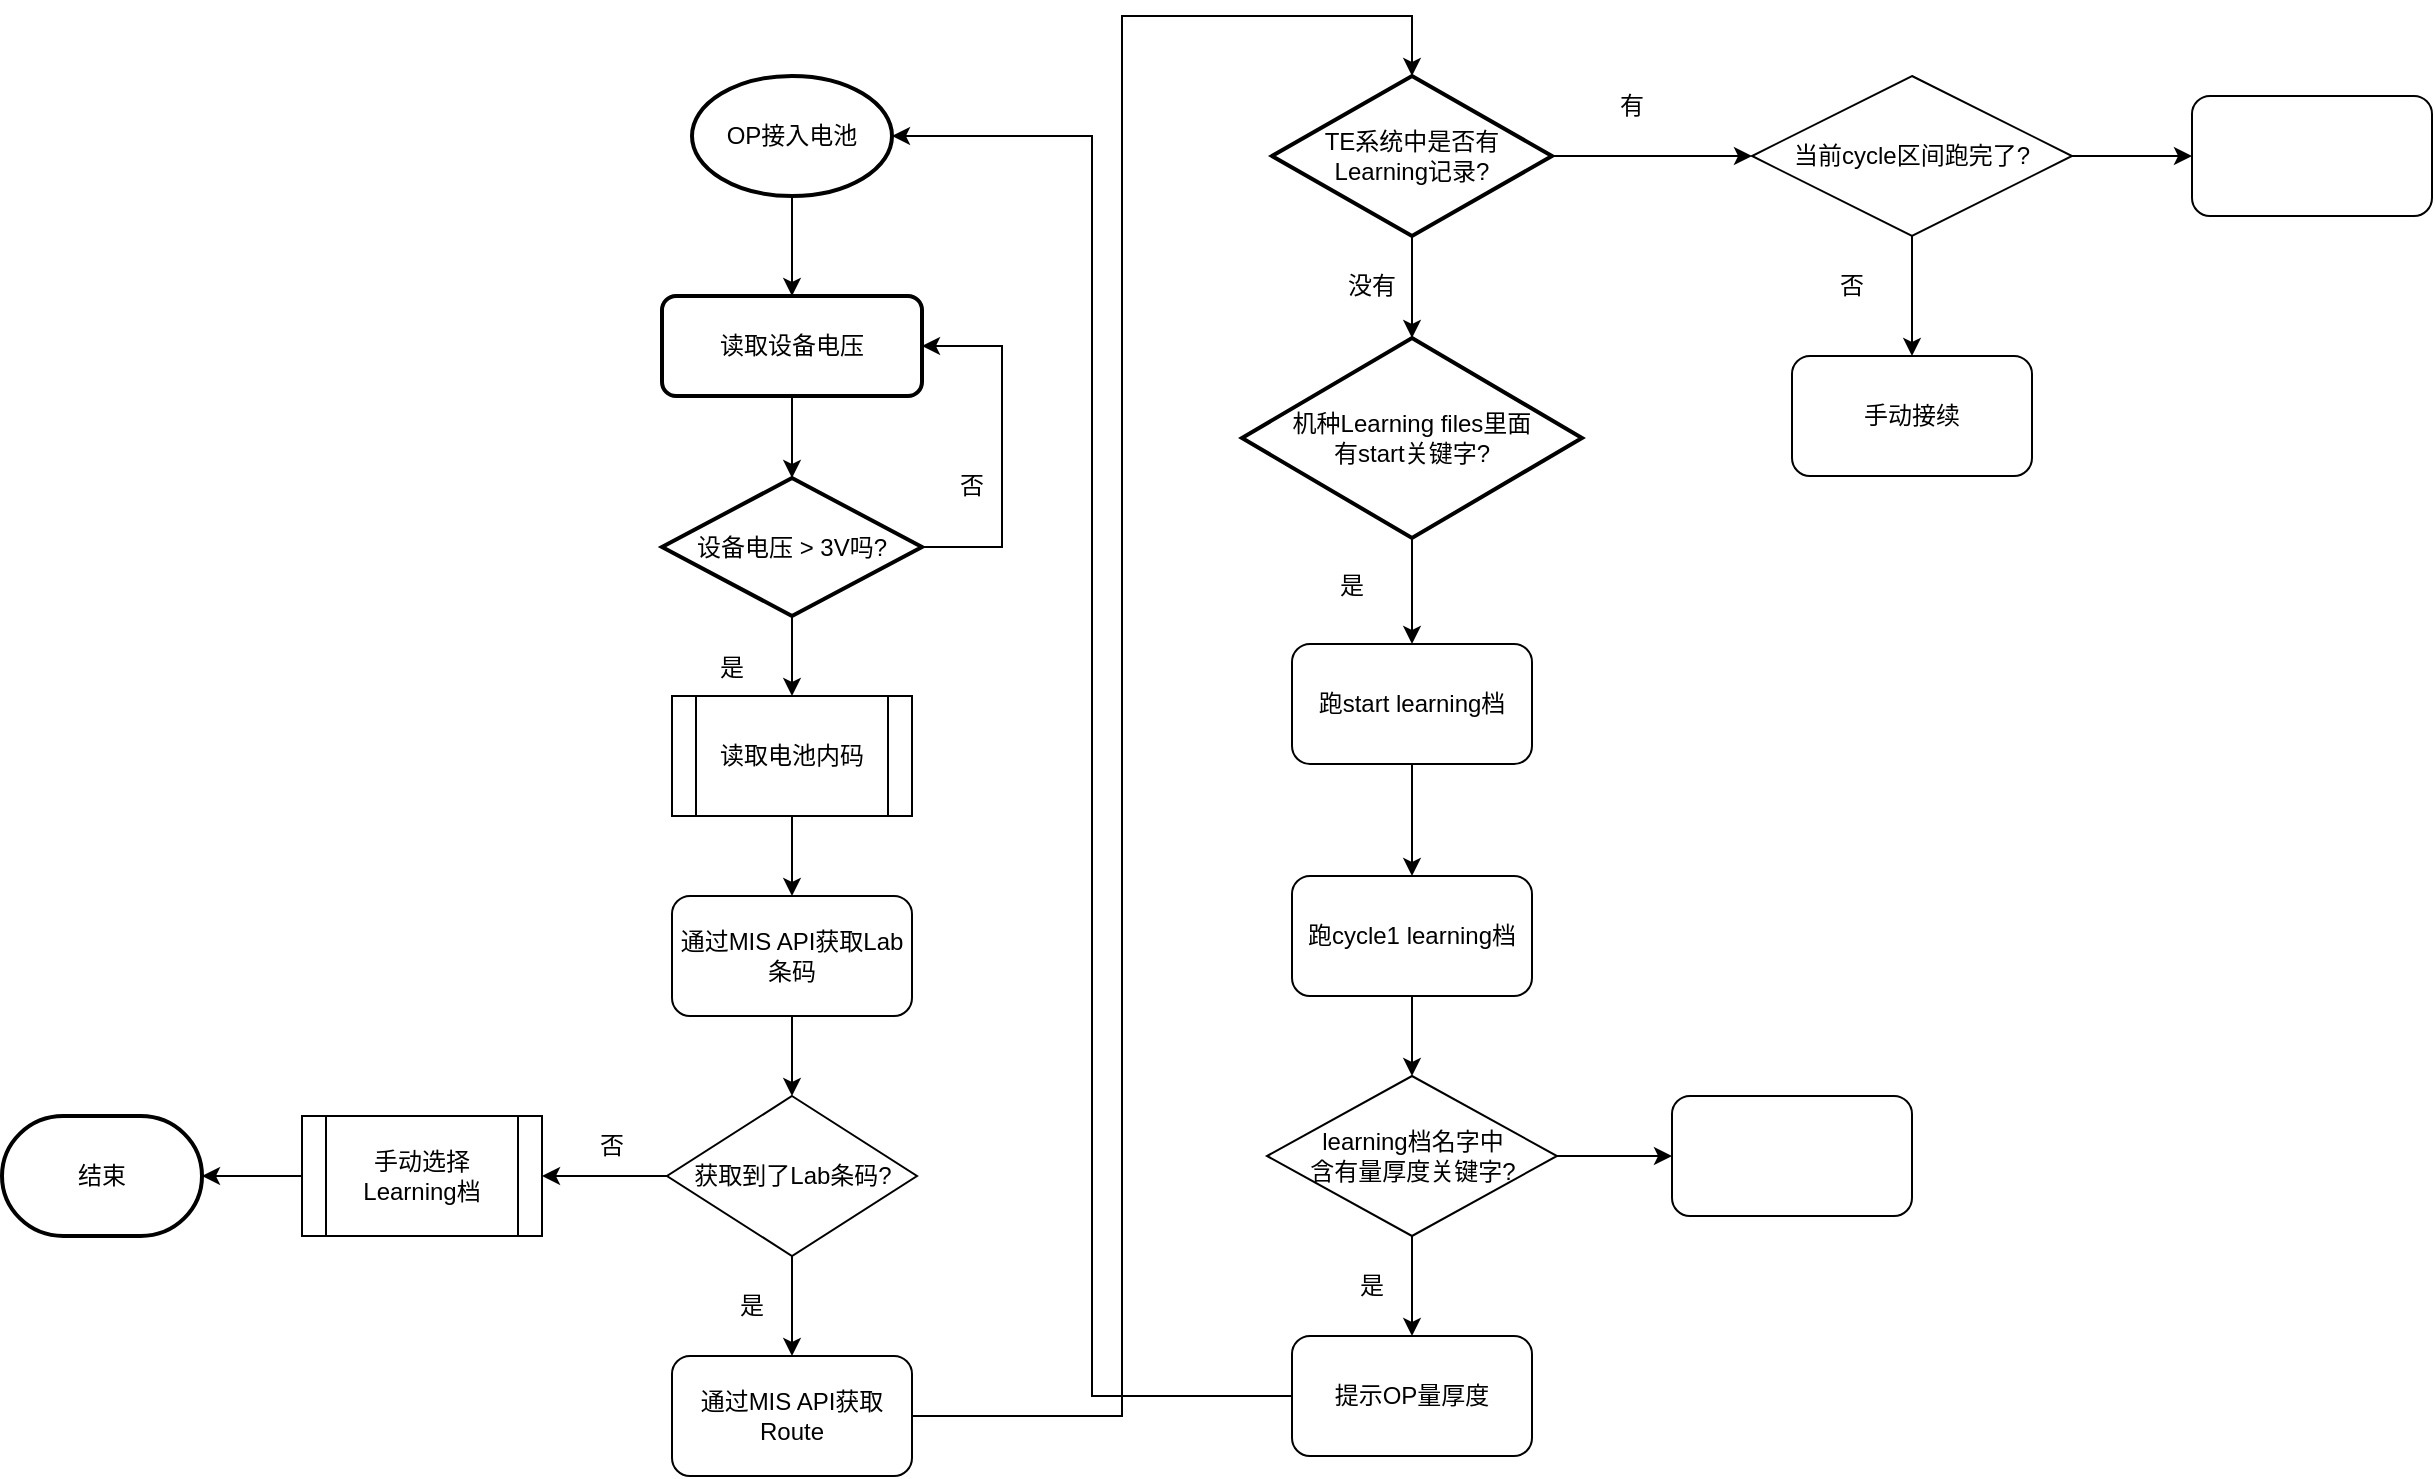
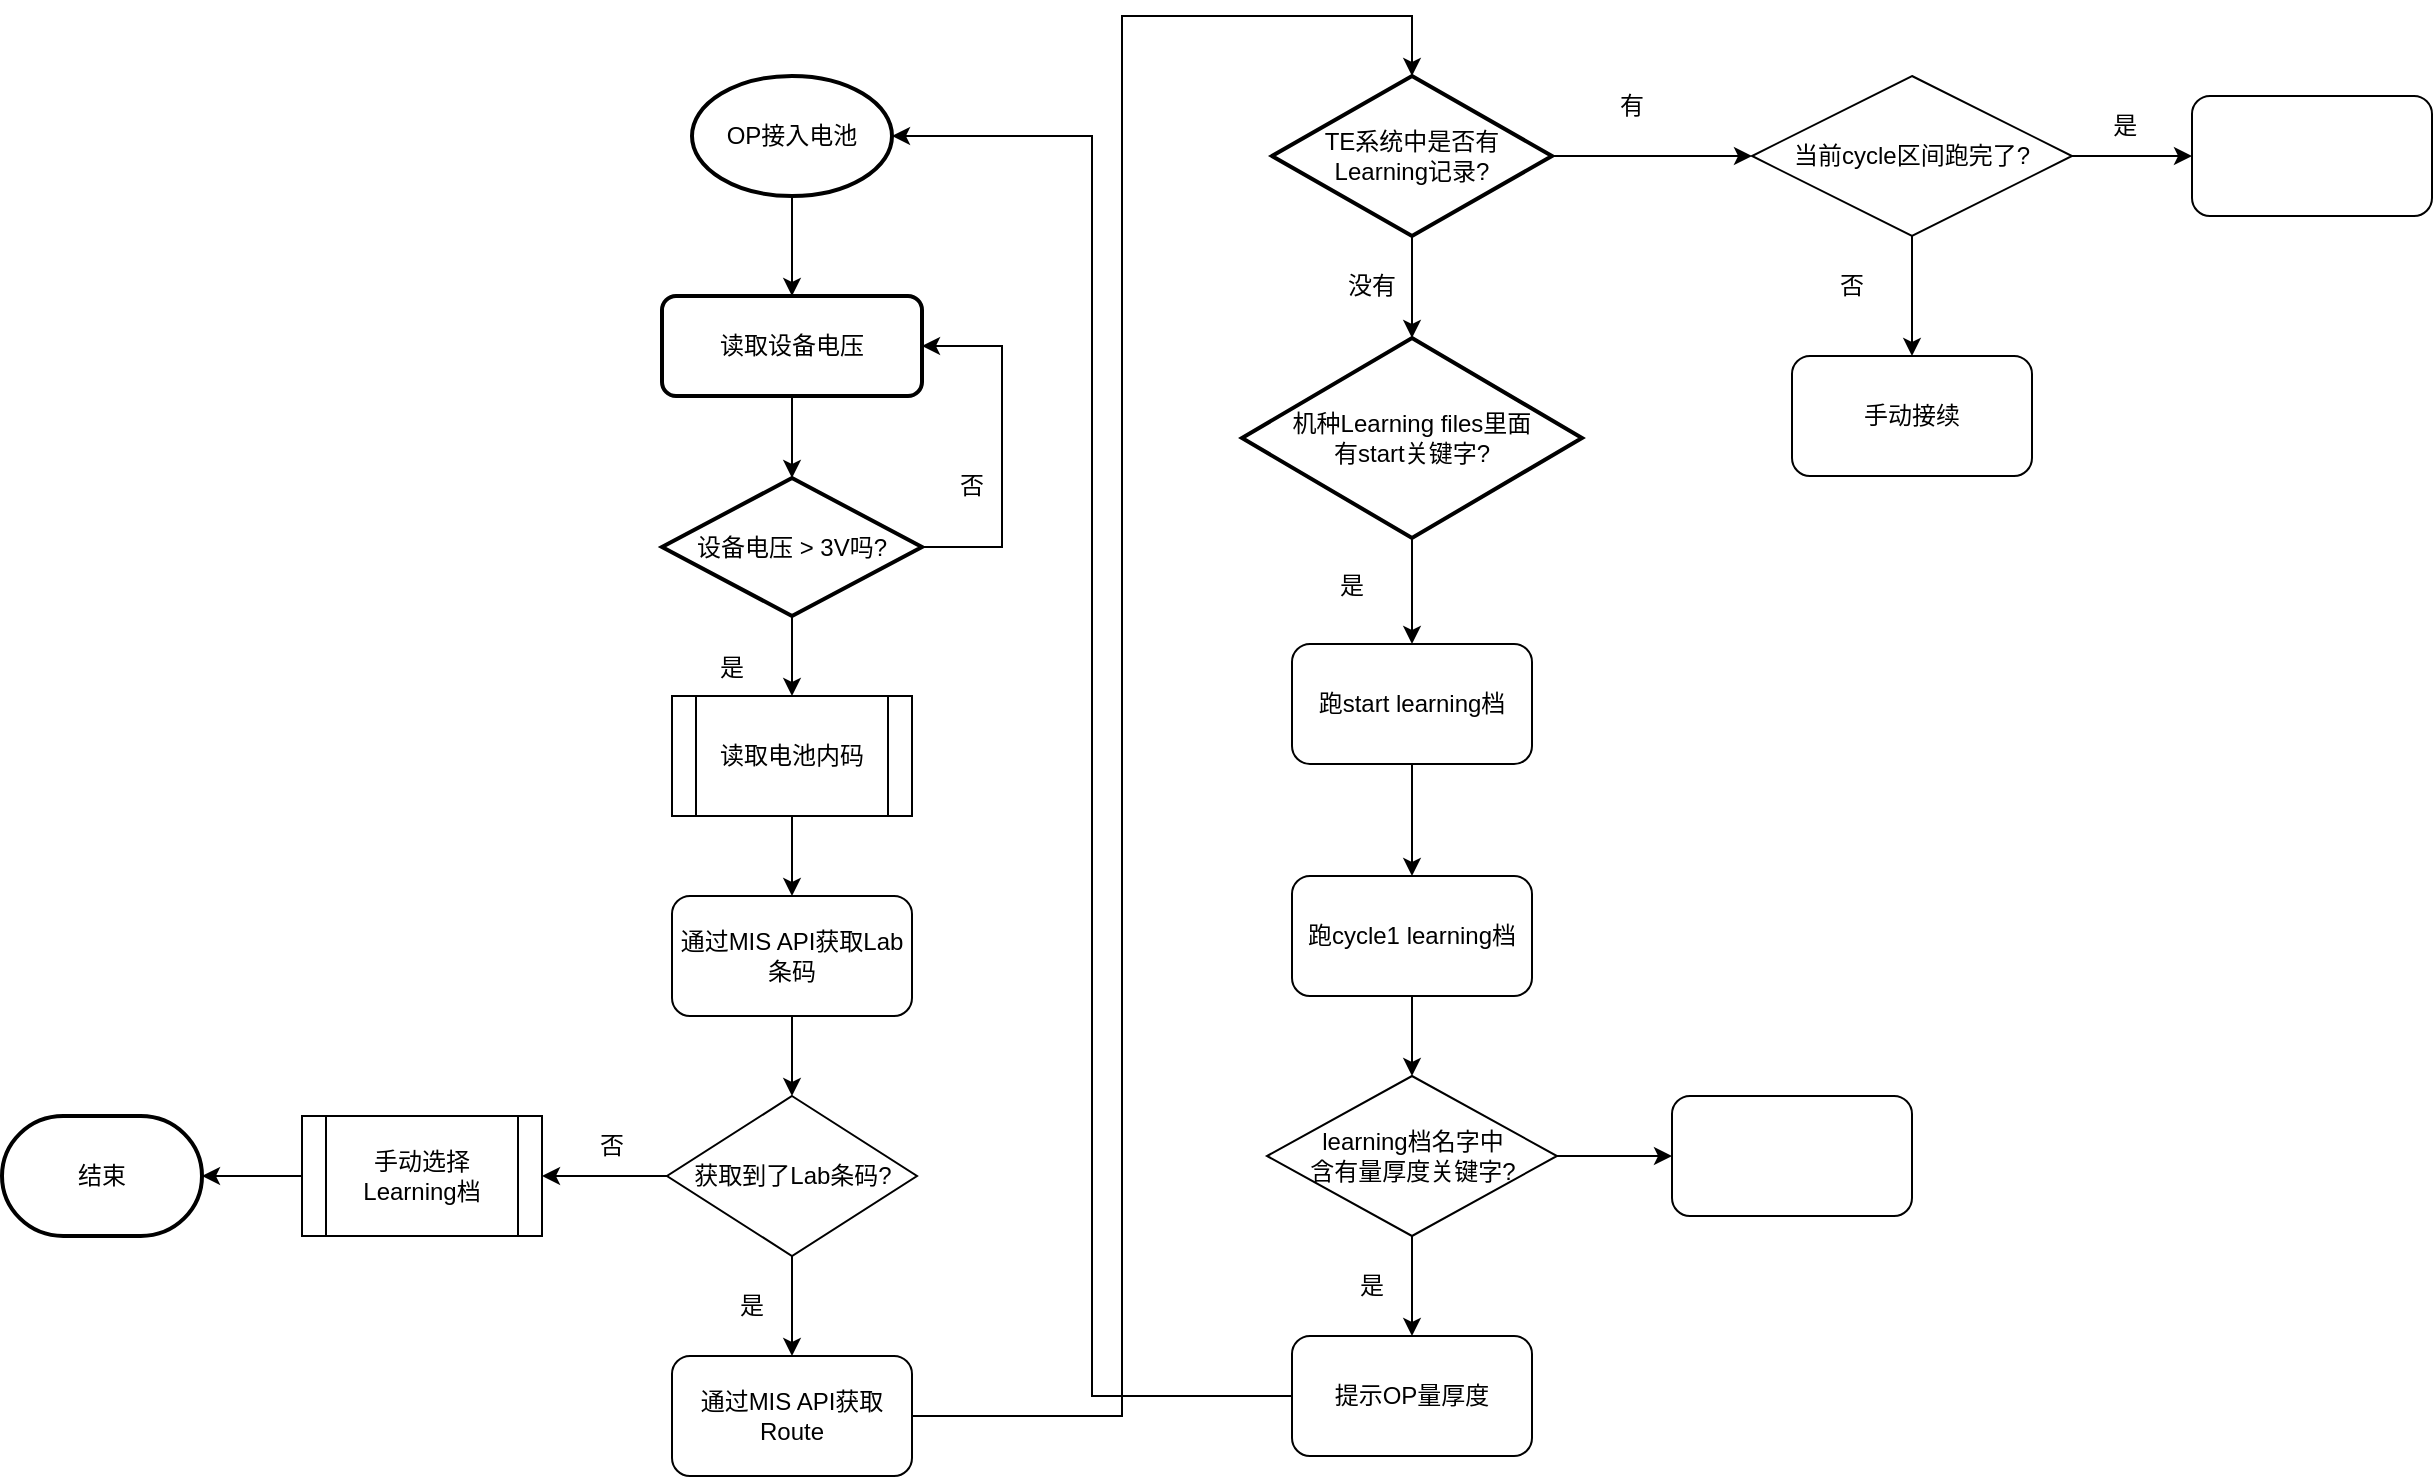
<mxfile host="app.diagrams.net">
  <diagram name="第 1 页" id="3HldnIOuQtLrwHUO-1mN">
    <mxGraphModel dx="1623" dy="813" grid="1" gridSize="10" guides="1" tooltips="1" connect="1" arrows="1" fold="1" page="1" pageScale="1" pageWidth="1169" pageHeight="827" math="0" shadow="0">
      <root>
        <mxCell id="0" />
        <mxCell id="1" parent="0" />
        <mxCell id="qRa3hty1LtdxE0hFs_0w-8" edge="1" parent="1" source="qRa3hty1LtdxE0hFs_0w-4" style="edgeStyle=orthogonalEdgeStyle;rounded=0;orthogonalLoop=1;jettySize=auto;html=1;" target="qRa3hty1LtdxE0hFs_0w-6" value="">
          <mxGeometry relative="1" as="geometry" />
        </mxCell>
        <mxCell id="qRa3hty1LtdxE0hFs_0w-4" parent="1" style="strokeWidth=2;html=1;shape=mxgraph.flowchart.start_1;whiteSpace=wrap;" value="OP接入电池" vertex="1">
          <mxGeometry height="60" width="100" x="385" y="50" as="geometry" />
        </mxCell>
        <mxCell id="qRa3hty1LtdxE0hFs_0w-9" edge="1" parent="1" source="qRa3hty1LtdxE0hFs_0w-6" style="edgeStyle=orthogonalEdgeStyle;rounded=0;orthogonalLoop=1;jettySize=auto;html=1;" target="qRa3hty1LtdxE0hFs_0w-7" value="">
          <mxGeometry relative="1" as="geometry" />
        </mxCell>
        <mxCell id="qRa3hty1LtdxE0hFs_0w-6" parent="1" style="rounded=1;whiteSpace=wrap;html=1;absoluteArcSize=1;arcSize=14;strokeWidth=2;" value="读取设备电压" vertex="1">
          <mxGeometry height="50" width="130" x="370" y="160" as="geometry" />
        </mxCell>
        <mxCell id="qRa3hty1LtdxE0hFs_0w-14" edge="1" parent="1" source="qRa3hty1LtdxE0hFs_0w-7" style="edgeStyle=orthogonalEdgeStyle;rounded=0;orthogonalLoop=1;jettySize=auto;html=1;" target="qRa3hty1LtdxE0hFs_0w-13" value="">
          <mxGeometry relative="1" as="geometry" />
        </mxCell>
        <mxCell id="qRa3hty1LtdxE0hFs_0w-25" edge="1" parent="1" source="qRa3hty1LtdxE0hFs_0w-7" style="edgeStyle=orthogonalEdgeStyle;rounded=0;orthogonalLoop=1;jettySize=auto;html=1;entryX=1;entryY=0.5;entryDx=0;entryDy=0;" target="qRa3hty1LtdxE0hFs_0w-6">
          <mxGeometry relative="1" as="geometry">
            <Array as="points">
              <mxPoint x="540" y="286" />
              <mxPoint x="540" y="185" />
            </Array>
            <mxPoint x="580" y="180" as="targetPoint" />
          </mxGeometry>
        </mxCell>
        <mxCell id="qRa3hty1LtdxE0hFs_0w-7" parent="1" style="strokeWidth=2;html=1;shape=mxgraph.flowchart.decision;whiteSpace=wrap;" value="设备电压 &amp;gt; 3V吗?" vertex="1">
          <mxGeometry height="69" width="130" x="370" y="251" as="geometry" />
        </mxCell>
        <mxCell id="qRa3hty1LtdxE0hFs_0w-11" parent="1" style="text;html=1;whiteSpace=wrap;strokeColor=none;fillColor=none;align=center;verticalAlign=middle;rounded=0;" value="&lt;div&gt;否&lt;/div&gt;" vertex="1">
          <mxGeometry height="30" width="60" x="495" y="240" as="geometry" />
        </mxCell>
        <mxCell id="qRa3hty1LtdxE0hFs_0w-12" parent="1" style="text;html=1;whiteSpace=wrap;strokeColor=none;fillColor=none;align=center;verticalAlign=middle;rounded=0;" value="&lt;div&gt;是&lt;/div&gt;" vertex="1">
          <mxGeometry height="30" width="60" x="375" y="331" as="geometry" />
        </mxCell>
        <mxCell id="qRa3hty1LtdxE0hFs_0w-16" edge="1" parent="1" source="qRa3hty1LtdxE0hFs_0w-13" style="edgeStyle=orthogonalEdgeStyle;rounded=0;orthogonalLoop=1;jettySize=auto;html=1;" target="qRa3hty1LtdxE0hFs_0w-15" value="">
          <mxGeometry relative="1" as="geometry" />
        </mxCell>
        <mxCell id="qRa3hty1LtdxE0hFs_0w-13" parent="1" style="shape=process;whiteSpace=wrap;html=1;backgroundOutline=1;" value="读取电池内码" vertex="1">
          <mxGeometry height="60" width="120" x="375" y="360" as="geometry" />
        </mxCell>
        <mxCell id="qRa3hty1LtdxE0hFs_0w-20" edge="1" parent="1" source="qRa3hty1LtdxE0hFs_0w-15" style="edgeStyle=orthogonalEdgeStyle;rounded=0;orthogonalLoop=1;jettySize=auto;html=1;" target="qRa3hty1LtdxE0hFs_0w-19" value="">
          <mxGeometry relative="1" as="geometry" />
        </mxCell>
        <mxCell id="qRa3hty1LtdxE0hFs_0w-15" parent="1" style="rounded=1;whiteSpace=wrap;html=1;" value="通过MIS API获取Lab条码" vertex="1">
          <mxGeometry height="60" width="120" x="375" y="460" as="geometry" />
        </mxCell>
        <mxCell id="qRa3hty1LtdxE0hFs_0w-31" edge="1" parent="1" source="qRa3hty1LtdxE0hFs_0w-17" style="edgeStyle=orthogonalEdgeStyle;rounded=0;orthogonalLoop=1;jettySize=auto;html=1;entryX=0.5;entryY=0;entryDx=0;entryDy=0;entryPerimeter=0;" target="qRa3hty1LtdxE0hFs_0w-30" value="">
          <mxGeometry relative="1" as="geometry">
            <Array as="points">
              <mxPoint x="600" y="720" />
              <mxPoint x="600" y="20" />
              <mxPoint x="745" y="20" />
            </Array>
          </mxGeometry>
        </mxCell>
        <mxCell id="qRa3hty1LtdxE0hFs_0w-17" parent="1" style="rounded=1;whiteSpace=wrap;html=1;" value="通过MIS API获取Route" vertex="1">
          <mxGeometry height="60" width="120" x="375" y="690" as="geometry" />
        </mxCell>
        <mxCell id="qRa3hty1LtdxE0hFs_0w-21" edge="1" parent="1" source="qRa3hty1LtdxE0hFs_0w-19" style="edgeStyle=orthogonalEdgeStyle;rounded=0;orthogonalLoop=1;jettySize=auto;html=1;" target="qRa3hty1LtdxE0hFs_0w-17" value="">
          <mxGeometry relative="1" as="geometry" />
        </mxCell>
        <mxCell id="qRa3hty1LtdxE0hFs_0w-27" edge="1" parent="1" source="qRa3hty1LtdxE0hFs_0w-19" style="edgeStyle=orthogonalEdgeStyle;rounded=0;orthogonalLoop=1;jettySize=auto;html=1;" target="qRa3hty1LtdxE0hFs_0w-26" value="">
          <mxGeometry relative="1" as="geometry" />
        </mxCell>
        <mxCell id="qRa3hty1LtdxE0hFs_0w-19" parent="1" style="rhombus;whiteSpace=wrap;html=1;" value="获取到了Lab条码?" vertex="1">
          <mxGeometry height="80" width="125" x="372.5" y="560" as="geometry" />
        </mxCell>
        <mxCell id="qRa3hty1LtdxE0hFs_0w-22" parent="1" style="text;html=1;whiteSpace=wrap;strokeColor=none;fillColor=none;align=center;verticalAlign=middle;rounded=0;" value="是" vertex="1">
          <mxGeometry height="30" width="60" x="385" y="650" as="geometry" />
        </mxCell>
        <mxCell id="qRa3hty1LtdxE0hFs_0w-29" edge="1" parent="1" source="qRa3hty1LtdxE0hFs_0w-26" style="edgeStyle=orthogonalEdgeStyle;rounded=0;orthogonalLoop=1;jettySize=auto;html=1;" target="qRa3hty1LtdxE0hFs_0w-28" value="">
          <mxGeometry relative="1" as="geometry" />
        </mxCell>
        <mxCell id="qRa3hty1LtdxE0hFs_0w-26" parent="1" style="shape=process;whiteSpace=wrap;html=1;backgroundOutline=1;" value="手动选择Learning档" vertex="1">
          <mxGeometry height="60" width="120" x="190" y="570" as="geometry" />
        </mxCell>
        <mxCell id="qRa3hty1LtdxE0hFs_0w-28" parent="1" style="strokeWidth=2;html=1;shape=mxgraph.flowchart.terminator;whiteSpace=wrap;" value="结束" vertex="1">
          <mxGeometry height="60" width="100" x="40" y="570" as="geometry" />
        </mxCell>
        <mxCell id="qRa3hty1LtdxE0hFs_0w-34" edge="1" parent="1" source="qRa3hty1LtdxE0hFs_0w-30" style="edgeStyle=orthogonalEdgeStyle;rounded=0;orthogonalLoop=1;jettySize=auto;html=1;" target="qRa3hty1LtdxE0hFs_0w-33" value="">
          <mxGeometry relative="1" as="geometry" />
        </mxCell>
        <mxCell id="qRa3hty1LtdxE0hFs_0w-38" edge="1" parent="1" source="qRa3hty1LtdxE0hFs_0w-30" style="edgeStyle=orthogonalEdgeStyle;rounded=0;orthogonalLoop=1;jettySize=auto;html=1;" target="qRa3hty1LtdxE0hFs_0w-37" value="">
          <mxGeometry relative="1" as="geometry" />
        </mxCell>
        <mxCell id="qRa3hty1LtdxE0hFs_0w-30" parent="1" style="strokeWidth=2;html=1;shape=mxgraph.flowchart.decision;whiteSpace=wrap;" value="&lt;div&gt;TE系统中是否有&lt;/div&gt;&lt;div&gt;Learning记录?&lt;/div&gt;" vertex="1">
          <mxGeometry height="80" width="140" x="675" y="50" as="geometry" />
        </mxCell>
        <mxCell id="qRa3hty1LtdxE0hFs_0w-45" edge="1" parent="1" source="qRa3hty1LtdxE0hFs_0w-33" style="edgeStyle=orthogonalEdgeStyle;rounded=0;orthogonalLoop=1;jettySize=auto;html=1;" target="qRa3hty1LtdxE0hFs_0w-44" value="">
          <mxGeometry relative="1" as="geometry" />
        </mxCell>
        <mxCell id="qRa3hty1LtdxE0hFs_0w-33" parent="1" style="strokeWidth=2;html=1;shape=mxgraph.flowchart.decision;whiteSpace=wrap;" value="&lt;div&gt;机种Learning files里面&lt;/div&gt;&lt;div&gt;有start关键字?&lt;/div&gt;" vertex="1">
          <mxGeometry height="100" width="170" x="660" y="181" as="geometry" />
        </mxCell>
        <mxCell id="qRa3hty1LtdxE0hFs_0w-35" parent="1" style="text;html=1;whiteSpace=wrap;strokeColor=none;fillColor=none;align=center;verticalAlign=middle;rounded=0;" value="没有" vertex="1">
          <mxGeometry height="30" width="60" x="695" y="140" as="geometry" />
        </mxCell>
        <mxCell id="qRa3hty1LtdxE0hFs_0w-36" parent="1" style="text;html=1;whiteSpace=wrap;strokeColor=none;fillColor=none;align=center;verticalAlign=middle;rounded=0;" value="有" vertex="1">
          <mxGeometry height="30" width="60" x="825" y="50" as="geometry" />
        </mxCell>
        <mxCell id="qRa3hty1LtdxE0hFs_0w-40" edge="1" parent="1" source="qRa3hty1LtdxE0hFs_0w-37" style="edgeStyle=orthogonalEdgeStyle;rounded=0;orthogonalLoop=1;jettySize=auto;html=1;" target="qRa3hty1LtdxE0hFs_0w-39" value="">
          <mxGeometry relative="1" as="geometry" />
        </mxCell>
        <mxCell id="qRa3hty1LtdxE0hFs_0w-43" edge="1" parent="1" source="qRa3hty1LtdxE0hFs_0w-37" style="edgeStyle=orthogonalEdgeStyle;rounded=0;orthogonalLoop=1;jettySize=auto;html=1;" target="qRa3hty1LtdxE0hFs_0w-42" value="">
          <mxGeometry relative="1" as="geometry" />
        </mxCell>
        <mxCell id="qRa3hty1LtdxE0hFs_0w-37" parent="1" style="rhombus;whiteSpace=wrap;html=1;" value="当前cycle区间跑完了?" vertex="1">
          <mxGeometry height="80" width="160" x="915" y="50" as="geometry" />
        </mxCell>
        <mxCell id="qRa3hty1LtdxE0hFs_0w-39" parent="1" style="rounded=1;whiteSpace=wrap;html=1;" value="手动接续" vertex="1">
          <mxGeometry height="60" width="120" x="935" y="190" as="geometry" />
        </mxCell>
        <mxCell id="qRa3hty1LtdxE0hFs_0w-41" parent="1" style="text;html=1;whiteSpace=wrap;strokeColor=none;fillColor=none;align=center;verticalAlign=middle;rounded=0;" value="否" vertex="1">
          <mxGeometry height="30" width="60" x="935" y="140" as="geometry" />
        </mxCell>
        <mxCell id="qRa3hty1LtdxE0hFs_0w-42" parent="1" style="rounded=1;whiteSpace=wrap;html=1;" value="" vertex="1">
          <mxGeometry height="60" width="120" x="1135" y="60" as="geometry" />
        </mxCell>
        <mxCell id="qRa3hty1LtdxE0hFs_0w-48" edge="1" parent="1" source="qRa3hty1LtdxE0hFs_0w-44" style="edgeStyle=orthogonalEdgeStyle;rounded=0;orthogonalLoop=1;jettySize=auto;html=1;" target="qRa3hty1LtdxE0hFs_0w-47" value="">
          <mxGeometry relative="1" as="geometry" />
        </mxCell>
        <mxCell id="qRa3hty1LtdxE0hFs_0w-44" parent="1" style="rounded=1;whiteSpace=wrap;html=1;" value="跑start learning档" vertex="1">
          <mxGeometry height="60" width="120" x="685" y="334" as="geometry" />
        </mxCell>
        <mxCell id="qRa3hty1LtdxE0hFs_0w-46" parent="1" style="text;html=1;whiteSpace=wrap;strokeColor=none;fillColor=none;align=center;verticalAlign=middle;rounded=0;" value="是" vertex="1">
          <mxGeometry height="30" width="60" x="685" y="290" as="geometry" />
        </mxCell>
        <mxCell id="qRa3hty1LtdxE0hFs_0w-50" edge="1" parent="1" source="qRa3hty1LtdxE0hFs_0w-47" style="edgeStyle=orthogonalEdgeStyle;rounded=0;orthogonalLoop=1;jettySize=auto;html=1;" target="qRa3hty1LtdxE0hFs_0w-49" value="">
          <mxGeometry relative="1" as="geometry" />
        </mxCell>
        <mxCell id="qRa3hty1LtdxE0hFs_0w-47" parent="1" style="rounded=1;whiteSpace=wrap;html=1;" value="跑cycle1 learning档" vertex="1">
          <mxGeometry height="60" width="120" x="685" y="450" as="geometry" />
        </mxCell>
        <mxCell id="qRa3hty1LtdxE0hFs_0w-52" edge="1" parent="1" source="qRa3hty1LtdxE0hFs_0w-49" style="edgeStyle=orthogonalEdgeStyle;rounded=0;orthogonalLoop=1;jettySize=auto;html=1;" target="qRa3hty1LtdxE0hFs_0w-51" value="">
          <mxGeometry relative="1" as="geometry" />
        </mxCell>
        <mxCell id="qRa3hty1LtdxE0hFs_0w-56" edge="1" parent="1" source="qRa3hty1LtdxE0hFs_0w-49" style="edgeStyle=orthogonalEdgeStyle;rounded=0;orthogonalLoop=1;jettySize=auto;html=1;" target="qRa3hty1LtdxE0hFs_0w-55" value="">
          <mxGeometry relative="1" as="geometry" />
        </mxCell>
        <mxCell id="qRa3hty1LtdxE0hFs_0w-49" parent="1" style="rhombus;whiteSpace=wrap;html=1;" value="&lt;div&gt;learning档名字中&lt;/div&gt;&lt;div&gt;含有量厚度关键字?&lt;/div&gt;" vertex="1">
          <mxGeometry height="80" width="145" x="672.5" y="550" as="geometry" />
        </mxCell>
        <mxCell id="qRa3hty1LtdxE0hFs_0w-51" parent="1" style="rounded=1;whiteSpace=wrap;html=1;" value="提示OP量厚度" vertex="1">
          <mxGeometry height="60" width="120" x="685" y="680" as="geometry" />
        </mxCell>
        <mxCell id="qRa3hty1LtdxE0hFs_0w-53" parent="1" style="text;html=1;whiteSpace=wrap;strokeColor=none;fillColor=none;align=center;verticalAlign=middle;rounded=0;" value="是" vertex="1">
          <mxGeometry height="30" width="60" x="695" y="640" as="geometry" />
        </mxCell>
        <mxCell id="qRa3hty1LtdxE0hFs_0w-54" edge="1" parent="1" source="qRa3hty1LtdxE0hFs_0w-51" style="edgeStyle=orthogonalEdgeStyle;rounded=0;orthogonalLoop=1;jettySize=auto;html=1;entryX=1;entryY=0.5;entryDx=0;entryDy=0;entryPerimeter=0;" target="qRa3hty1LtdxE0hFs_0w-4">
          <mxGeometry relative="1" as="geometry" />
        </mxCell>
        <mxCell id="qRa3hty1LtdxE0hFs_0w-55" parent="1" style="rounded=1;whiteSpace=wrap;html=1;" value="" vertex="1">
          <mxGeometry height="60" width="120" x="875" y="560" as="geometry" />
        </mxCell>
        <mxCell id="qRa3hty1LtdxE0hFs_0w-57" parent="1" style="text;html=1;whiteSpace=wrap;strokeColor=none;fillColor=none;align=center;verticalAlign=middle;rounded=0;" value="否" vertex="1">
          <mxGeometry height="30" width="60" x="315" y="570" as="geometry" />
        </mxCell>
+         <mxCell id="qRa3hty1LtdxE0hFs_0w-58" parent="1" style="text;html=1;whiteSpace=wrap;strokeColor=none;fillColor=none;align=center;verticalAlign=middle;rounded=0;" value="&amp;nbsp;是" vertex="1">
+           <mxGeometry height="30" width="60" x="1070" y="60" as="geometry" />
+         </mxCell>
      </root>
    </mxGraphModel>
  </diagram>
</mxfile>
